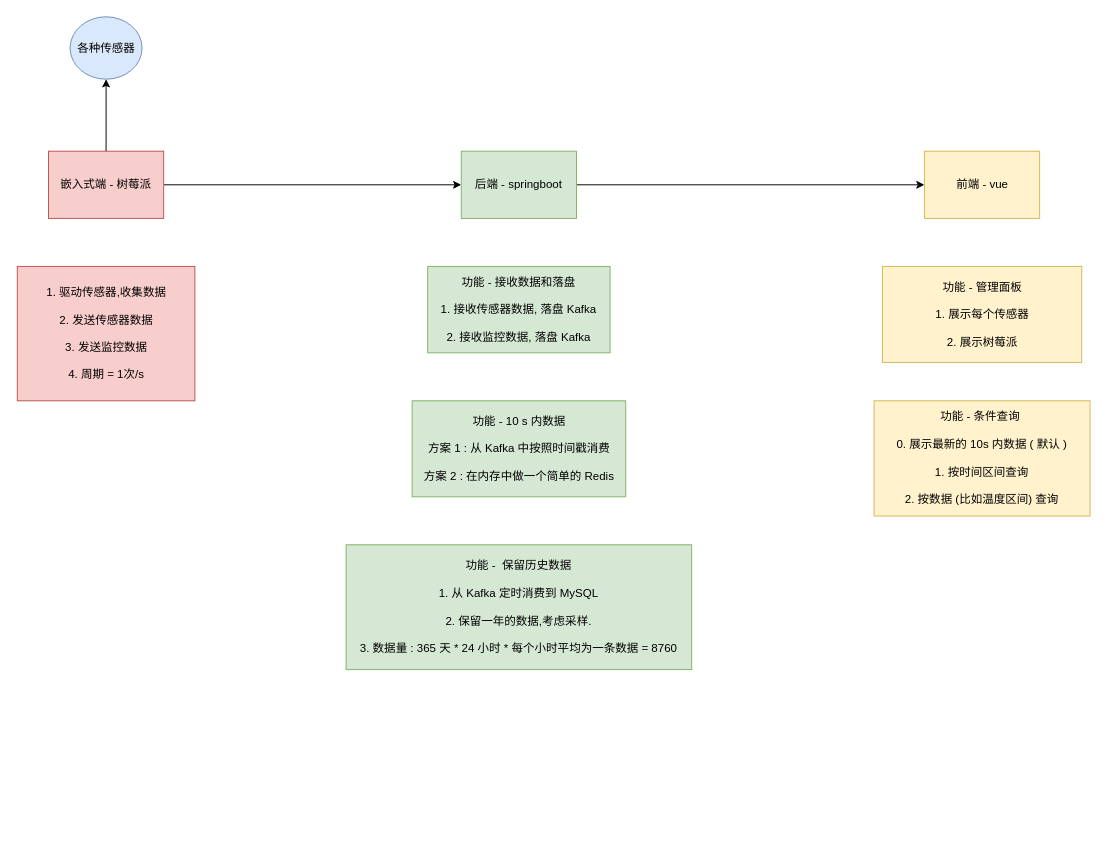
Above: System-Design.drawio in LiteHome/Raspberry-Home-Backend (draw.io), before the change. Source tidied: cells renumbered, new cells numbered last; positions are measured from the earlier drawing's top-left corner, leaving out a move shared by most shapes. Both pictures are drawn from the tidied source at 96%, with x=0, y=0 at pixel (17, 16).
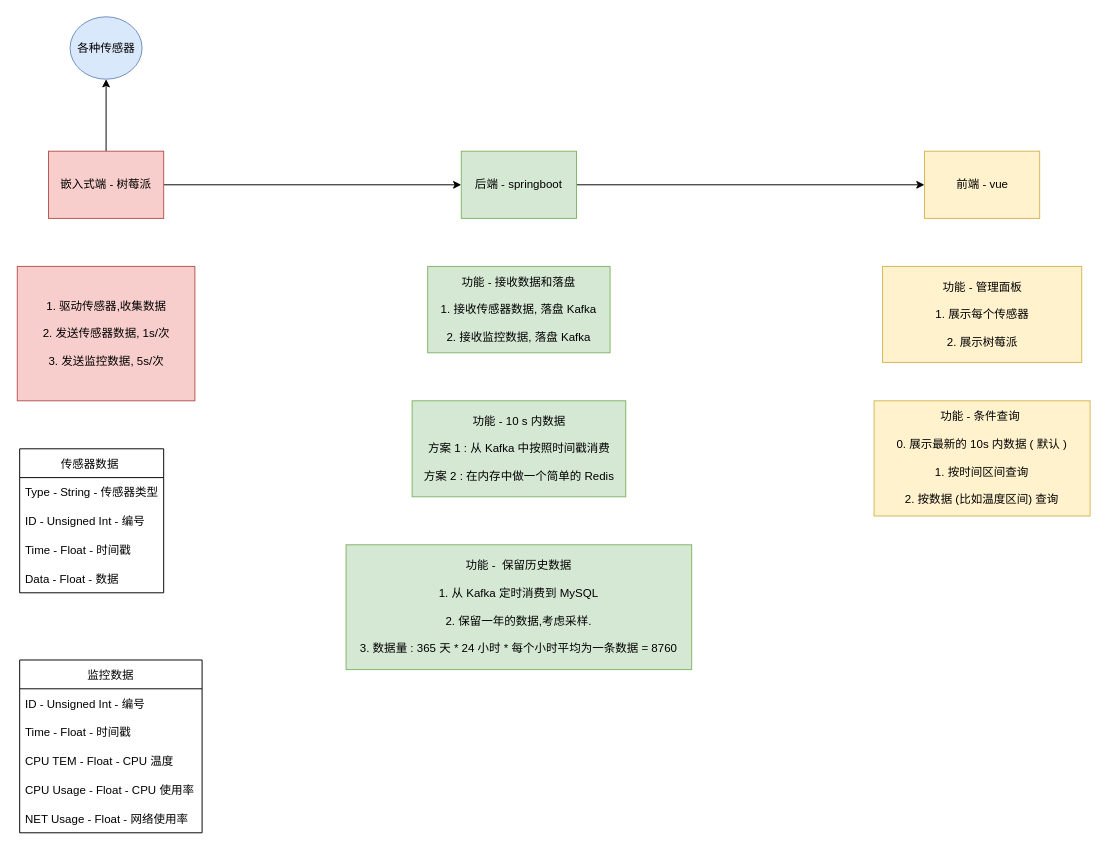
The same diagram, later.

Diff of the diagram source:
```diff
@@
-    <mxCell id="9" value="1. 驱动传感器,收集数据&lt;br&gt;&lt;br&gt;2. 发送传感器数据&lt;br&gt;&lt;br&gt;3. 发送监控数据&lt;br&gt;&lt;br&gt;4. 周期 = 1次/s" style="rounded=0;whiteSpace=wrap;html=1;fillColor=#f8cecc;strokeColor=#b85450;" parent="1" vertex="1">
+    <mxCell id="9" value="1. 驱动传感器,收集数据&lt;br&gt;&lt;br&gt;2. 发送传感器数据, 1s/次&lt;br&gt;&lt;br&gt;3. 发送监控数据, 5s/次" style="rounded=0;whiteSpace=wrap;html=1;fillColor=#f8cecc;strokeColor=#b85450;" parent="1" vertex="1">
       <mxGeometry x="-0.5" y="260" width="185" height="140" as="geometry" />
     </mxCell>
@@
+    <mxCell id="15" value="传感器数据 " style="swimlane;fontStyle=0;horizontal=1;startSize=30;" parent="1" vertex="1">
+      <mxGeometry x="2" y="450" width="150" height="150" as="geometry" />
+    </mxCell>
+    <mxCell id="16" value="Type - String - 传感器类型" style="text;strokeColor=none;fillColor=none;align=left;verticalAlign=middle;spacingLeft=4;spacingRight=4;overflow=hidden;" parent="15" vertex="1">
+      <mxGeometry y="30" width="150" height="30" as="geometry" />
+    </mxCell>
+    <mxCell id="17" value="ID - Unsigned Int - 编号" style="text;strokeColor=none;fillColor=none;align=left;verticalAlign=middle;spacingLeft=4;spacingRight=4;overflow=hidden;" parent="15" vertex="1">
+      <mxGeometry y="60" width="150" height="30" as="geometry" />
+    </mxCell>
+    <mxCell id="18" value="Time - Float - 时间戳" style="text;strokeColor=none;fillColor=none;align=left;verticalAlign=middle;spacingLeft=4;spacingRight=4;overflow=hidden;" parent="15" vertex="1">
+      <mxGeometry y="90" width="150" height="30" as="geometry" />
+    </mxCell>
+    <mxCell id="19" value="Data - Float - 数据" style="text;strokeColor=none;fillColor=none;align=left;verticalAlign=middle;spacingLeft=4;spacingRight=4;overflow=hidden;" parent="15" vertex="1">
+      <mxGeometry y="120" width="150" height="30" as="geometry" />
+    </mxCell>
+    <mxCell id="20" value="监控数据" style="swimlane;fontStyle=0;horizontal=1;startSize=30;" parent="1" vertex="1">
+      <mxGeometry x="2" y="670" width="190" height="180" as="geometry" />
+    </mxCell>
+    <mxCell id="21" value="ID - Unsigned Int - 编号" style="text;strokeColor=none;fillColor=none;align=left;verticalAlign=middle;spacingLeft=4;spacingRight=4;overflow=hidden;" parent="20" vertex="1">
+      <mxGeometry y="30" width="190" height="30" as="geometry" />
+    </mxCell>
+    <mxCell id="22" value="Time - Float - 时间戳" style="text;strokeColor=none;fillColor=none;align=left;verticalAlign=middle;spacingLeft=4;spacingRight=4;overflow=hidden;" parent="20" vertex="1">
+      <mxGeometry y="60" width="190" height="30" as="geometry" />
+    </mxCell>
+    <mxCell id="23" value="CPU TEM - Float - CPU 温度" style="text;strokeColor=none;fillColor=none;align=left;verticalAlign=middle;spacingLeft=4;spacingRight=4;overflow=hidden;" parent="20" vertex="1">
+      <mxGeometry y="90" width="190" height="30" as="geometry" />
+    </mxCell>
+    <mxCell id="24" value="CPU Usage - Float - CPU 使用率" style="text;strokeColor=none;fillColor=none;align=left;verticalAlign=middle;spacingLeft=4;spacingRight=4;overflow=hidden;" parent="20" vertex="1">
+      <mxGeometry y="120" width="190" height="30" as="geometry" />
+    </mxCell>
+    <mxCell id="25" value="NET Usage - Float - 网络使用率" style="text;strokeColor=none;fillColor=none;align=left;verticalAlign=middle;spacingLeft=4;spacingRight=4;overflow=hidden;" parent="20" vertex="1">
+      <mxGeometry y="150" width="190" height="30" as="geometry" />
+    </mxCell>
```
